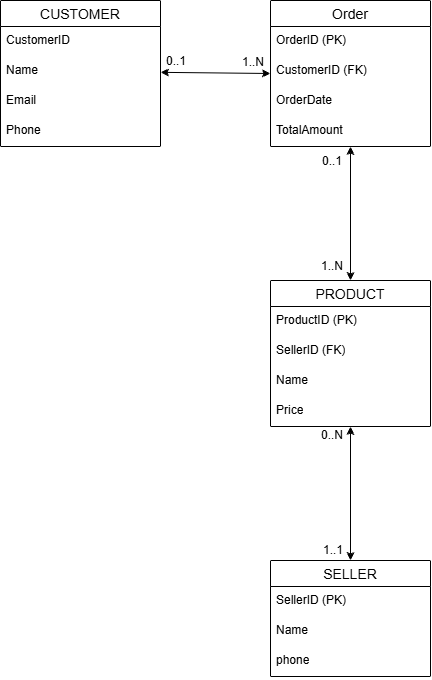
Above: Ques_06.drawio.png in arfinaleusuf/Module-12-DBM-Final-Assaignment (draw.io), before the change. Source tidied: cells renumbered, new cells last; positions are measured from the earlier drawing's top-left corner, leaving out a move shared by most shapes.
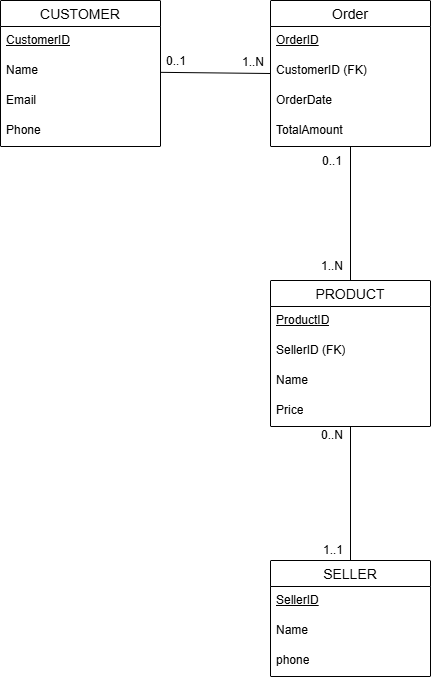
After the change.

Commit message:
Update Ques_01 and Ques_06 diagrams with latest revisions

The edit, as a diff of the source:
```diff
@@ -5,7 +5,7 @@
     <mxCell id="2" value="CUSTOMER" style="swimlane;fontStyle=0;horizontal=1;startSize=26;align=center;fontSize=14;" parent="1" vertex="1">
       <mxGeometry width="160" height="146" as="geometry" />
     </mxCell>
-    <mxCell id="3" value="CustomerID" style="text;strokeColor=none;fillColor=none;spacingLeft=4;spacingRight=4;overflow=hidden;fontSize=12;whiteSpace=wrap;html=1;" parent="2" vertex="1">
+    <mxCell id="3" value="&lt;u&gt;CustomerID&lt;/u&gt;" style="text;strokeColor=none;fillColor=none;spacingLeft=4;spacingRight=4;overflow=hidden;fontSize=12;whiteSpace=wrap;html=1;" parent="2" vertex="1">
       <mxGeometry y="26" width="160" height="30" as="geometry" />
     </mxCell>
     <mxCell id="4" value="Name" style="text;strokeColor=none;fillColor=none;spacingLeft=4;spacingRight=4;overflow=hidden;points=[[0,0.5],[1,0.5]];portConstraint=eastwest;fontSize=12;whiteSpace=wrap;html=1;" parent="2" vertex="1">
@@ -20,7 +20,7 @@
     <mxCell id="7" value="Order" style="swimlane;fontStyle=0;horizontal=1;startSize=26;align=center;fontSize=14;" parent="1" vertex="1">
       <mxGeometry x="270" width="160" height="146" as="geometry" />
     </mxCell>
-    <mxCell id="8" value="OrderID (PK)" style="text;strokeColor=none;fillColor=none;spacingLeft=4;spacingRight=4;overflow=hidden;fontSize=12;whiteSpace=wrap;html=1;" parent="7" vertex="1">
+    <mxCell id="8" value="&lt;u&gt;OrderID&lt;/u&gt;" style="text;strokeColor=none;fillColor=none;spacingLeft=4;spacingRight=4;overflow=hidden;fontSize=12;whiteSpace=wrap;html=1;" parent="7" vertex="1">
       <mxGeometry y="26" width="160" height="30" as="geometry" />
     </mxCell>
     <mxCell id="9" value="CustomerID (FK)" style="text;strokeColor=none;fillColor=none;spacingLeft=4;spacingRight=4;overflow=hidden;fontSize=12;whiteSpace=wrap;html=1;" parent="7" vertex="1">
@@ -35,7 +35,7 @@
     <mxCell id="12" value="PRODUCT" style="swimlane;fontStyle=0;horizontal=1;startSize=26;align=center;fontSize=14;" parent="1" vertex="1">
       <mxGeometry x="270" y="280" width="160" height="146" as="geometry" />
     </mxCell>
-    <mxCell id="13" value="ProductID (PK)" style="text;strokeColor=none;fillColor=none;spacingLeft=4;spacingRight=4;overflow=hidden;fontSize=12;whiteSpace=wrap;html=1;" parent="12" vertex="1">
+    <mxCell id="13" value="&lt;u&gt;ProductID&lt;/u&gt;" style="text;strokeColor=none;fillColor=none;spacingLeft=4;spacingRight=4;overflow=hidden;fontSize=12;whiteSpace=wrap;html=1;" parent="12" vertex="1">
       <mxGeometry y="26" width="160" height="30" as="geometry" />
     </mxCell>
     <mxCell id="14" value="SellerID (FK)" style="text;strokeColor=none;fillColor=none;spacingLeft=4;spacingRight=4;overflow=hidden;fontSize=12;whiteSpace=wrap;html=1;" parent="12" vertex="1">
@@ -50,7 +50,7 @@
     <mxCell id="17" value="SELLER" style="swimlane;fontStyle=0;horizontal=1;startSize=26;align=center;fontSize=14;" parent="1" vertex="1">
       <mxGeometry x="270" y="560" width="160" height="116" as="geometry" />
     </mxCell>
-    <mxCell id="18" value="SellerID (PK)" style="text;strokeColor=none;fillColor=none;spacingLeft=4;spacingRight=4;overflow=hidden;fontSize=12;whiteSpace=wrap;html=1;" parent="17" vertex="1">
+    <mxCell id="18" value="&lt;u&gt;SellerID&lt;/u&gt;" style="text;strokeColor=none;fillColor=none;spacingLeft=4;spacingRight=4;overflow=hidden;fontSize=12;whiteSpace=wrap;html=1;" parent="17" vertex="1">
       <mxGeometry y="26" width="160" height="30" as="geometry" />
     </mxCell>
     <mxCell id="19" value="Name" style="text;strokeColor=none;fillColor=none;spacingLeft=4;spacingRight=4;overflow=hidden;fontSize=12;whiteSpace=wrap;html=1;" parent="17" vertex="1">
@@ -59,13 +59,13 @@
     <mxCell id="20" value="phone" style="text;strokeColor=none;fillColor=none;spacingLeft=4;spacingRight=4;overflow=hidden;fontSize=12;whiteSpace=wrap;html=1;" parent="17" vertex="1">
       <mxGeometry y="86" width="160" height="30" as="geometry" />
     </mxCell>
-    <mxCell id="21" style="edgeStyle=none;rounded=0;jettySize=auto;html=1;entryX=0;entryY=0.5;entryDx=0;entryDy=0;startArrow=classic;startFill=1;" parent="1" edge="1" source="4" target="7">
+    <mxCell id="21" style="edgeStyle=none;rounded=0;jettySize=auto;html=1;entryX=0;entryY=0.5;entryDx=0;entryDy=0;startArrow=none;startFill=0;endArrow=none;endFill=0;" parent="1" edge="1" source="4" target="7">
       <mxGeometry relative="1" as="geometry" />
     </mxCell>
-    <mxCell id="22" style="edgeStyle=none;rounded=0;jettySize=auto;html=1;entryX=0.5;entryY=0;entryDx=0;entryDy=0;startArrow=classic;startFill=1;" parent="1" edge="1" source="11" target="12">
+    <mxCell id="22" style="edgeStyle=none;rounded=0;jettySize=auto;html=1;entryX=0.5;entryY=0;entryDx=0;entryDy=0;startArrow=none;startFill=0;endArrow=none;endFill=0;" parent="1" edge="1" source="11" target="12">
       <mxGeometry relative="1" as="geometry" />
     </mxCell>
-    <mxCell id="23" style="edgeStyle=none;rounded=0;jettySize=auto;html=1;entryX=0.5;entryY=0;entryDx=0;entryDy=0;startArrow=classic;startFill=1;" parent="1" edge="1" source="16" target="17">
+    <mxCell id="23" style="edgeStyle=none;rounded=0;jettySize=auto;html=1;entryX=0.5;entryY=0;entryDx=0;entryDy=0;startArrow=none;startFill=0;endArrow=none;endFill=0;" parent="1" edge="1" source="16" target="17">
       <mxGeometry relative="1" as="geometry" />
     </mxCell>
     <mxCell id="24" value="0..1" style="text;html=1;whiteSpace=wrap;strokeColor=none;fillColor=none;align=center;verticalAlign=middle;rounded=0;" parent="1" vertex="1">
```
